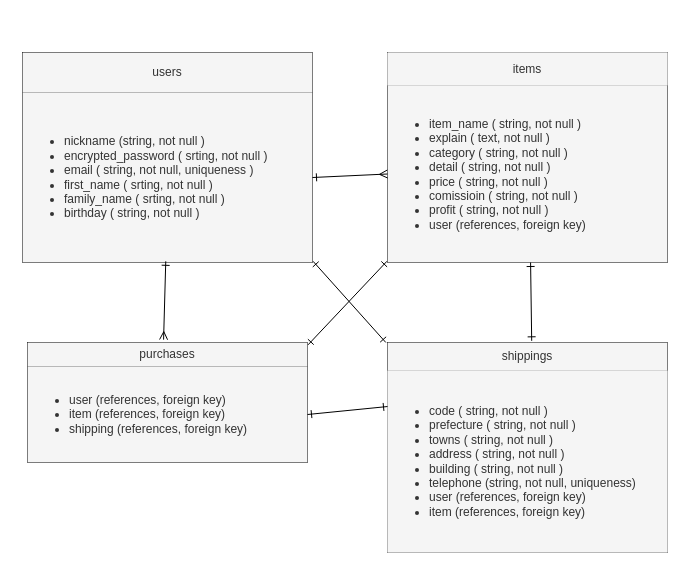
Earlier version of the draw.io diagram ER.dio (Dekopon06/furima-37043). Source tidied: cells renumbered, new cells numbered last; positions are measured from the earlier drawing's top-left corner, leaving out a move shared by most shapes. Both pictures are drawn from the tidied source at 100%, with x=0, y=0 at pixel (22, 52).
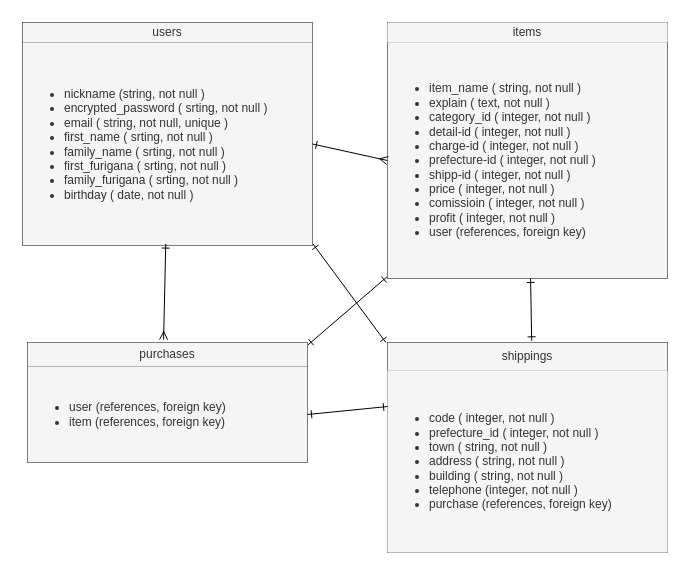
The same page after the edit.

The change refers to these unchanged cells:
```xml
<mxCell id="15" style="shape=partialRectangle;fillColor=#f5f5f5;top=0;left=0;bottom=0;right=0;points=[[0,0.5],[1,0.5]];portConstraint=eastwest;strokeColor=#666666;fontColor=#333333;" parent="12" vertex="1">
  <mxGeometry y="28" width="280" height="182" as="geometry" />
</mxCell>
<mxCell id="20" style="shape=partialRectangle;fillColor=none;top=0;left=0;bottom=0;right=0;points=[[0,0.5],[1,0.5]];portConstraint=eastwest;" parent="17" vertex="1">
  <mxGeometry y="24" width="280" height="96" as="geometry" />
</mxCell>
```

What changed in the source:
```diff
@@
     <mxCell id="2" style="shape=table;startSize=0;childLayout=tableLayout;" parent="1" vertex="1">
-      <mxGeometry x="365" width="280" height="210" as="geometry" />
+      <mxGeometry x="365" y="-30" width="280" height="256" as="geometry" />
     </mxCell>
     <mxCell id="3" style="shape=partialRectangle;top=0;left=0;bottom=0;right=0;fillColor=#f5f5f5;strokeColor=#666666;fontColor=#333333;" parent="2" vertex="1">
-      <mxGeometry width="280" height="33" as="geometry" />
+      <mxGeometry width="280" height="20" as="geometry" />
     </mxCell>
     <mxCell id="4" value="items" style="shape=partialRectangle;html=1;whiteSpace=wrap;overflow=hidden;top=0;left=0;bottom=0;right=0;fillColor=#f5f5f5;strokeColor=#666666;fontColor=#333333;" parent="3" vertex="1">
-      <mxGeometry width="280" height="33" as="geometry" />
+      <mxGeometry width="280" height="20" as="geometry" />
     </mxCell>
     <mxCell id="5" style="shape=partialRectangle;fillColor=none;top=0;left=0;bottom=0;right=0;points=[[0,0.5],[1,0.5]];portConstraint=eastwest;strokeWidth=10;" parent="2" vertex="1">
-      <mxGeometry y="33" width="280" height="177" as="geometry" />
+      <mxGeometry y="20" width="280" height="236" as="geometry" />
     </mxCell>
-    <mxCell id="6" value="&lt;ul&gt;&lt;li&gt;item_name ( string, not null )&lt;/li&gt;&lt;li&gt;explain&amp;nbsp;( text, not null )&lt;/li&gt;&lt;li&gt;category&amp;nbsp;( string, not null )&lt;/li&gt;&lt;li&gt;detail&amp;nbsp;( string, not null )&lt;/li&gt;&lt;li&gt;price&amp;nbsp;( string, not null )&lt;/li&gt;&lt;li&gt;comissioin&amp;nbsp;( string, not null )&lt;/li&gt;&lt;li&gt;profit&amp;nbsp;( string, not null )&lt;/li&gt;&lt;li&gt;user (references, foreign key)&lt;/li&gt;&lt;/ul&gt;" style="shape=partialRectangle;html=1;whiteSpace=wrap;overflow=hidden;top=0;left=0;bottom=0;right=0;fillColor=#f5f5f5;strokeColor=#666666;fontColor=#333333;align=left;" parent="5" vertex="1">
-      <mxGeometry width="280" height="177" as="geometry" />
+    <mxCell id="6" value="&lt;ul&gt;&lt;li&gt;item_name ( string, not null )&lt;/li&gt;&lt;li&gt;explain&amp;nbsp;( text, not null )&lt;/li&gt;&lt;li&gt;category_id ( integer, not null )&lt;/li&gt;&lt;li&gt;detail-id ( integer, not null )&lt;/li&gt;&lt;li&gt;charge-id ( integer, not null )&lt;/li&gt;&lt;li&gt;prefecture-id ( integer, not null )&lt;/li&gt;&lt;li&gt;shipp-id ( integer, not null )&lt;/li&gt;&lt;li&gt;price ( integer, not null )&lt;/li&gt;&lt;li&gt;comissioin&amp;nbsp;( integer, not null )&lt;/li&gt;&lt;li&gt;profit&amp;nbsp;( integer, not null )&lt;/li&gt;&lt;li&gt;user (references, foreign key)&lt;/li&gt;&lt;/ul&gt;" style="shape=partialRectangle;html=1;whiteSpace=wrap;overflow=hidden;top=0;left=0;bottom=0;right=0;fillColor=#f5f5f5;strokeColor=#666666;fontColor=#333333;align=left;verticalAlign=middle;" parent="5" vertex="1">
+      <mxGeometry width="280" height="236" as="geometry" />
     </mxCell>
     <mxCell id="7" style="shape=table;startSize=0;childLayout=tableLayout;" parent="1" vertex="1">
-      <mxGeometry width="290" height="210" as="geometry" />
+      <mxGeometry y="-30" width="290" height="223" as="geometry" />
     </mxCell>
-    <mxCell id="8" style="shape=partialRectangle;fillColor=none;top=0;left=0;bottom=0;right=0;" parent="7" vertex="1">
-      <mxGeometry width="290" height="40" as="geometry" />
+    <mxCell id="8" style="shape=partialRectangle;fillColor=none;top=0;left=0;bottom=0;right=0;verticalAlign=bottom;" parent="7" vertex="1">
+      <mxGeometry width="290" height="20" as="geometry" />
     </mxCell>
     <mxCell id="9" value="users" style="shape=partialRectangle;html=1;whiteSpace=wrap;overflow=hidden;fillColor=#f5f5f5;top=0;left=0;bottom=0;right=0;strokeColor=#666666;fontColor=#333333;strokeWidth=10;" parent="8" vertex="1">
-      <mxGeometry width="290" height="40" as="geometry" />
+      <mxGeometry width="290" height="20" as="geometry" />
     </mxCell>
     <mxCell id="10" style="shape=partialRectangle;fillColor=none;top=0;left=0;bottom=0;right=0;points=[[0,0.5],[1,0.5]];portConstraint=eastwest;" parent="7" vertex="1">
-      <mxGeometry y="40" width="290" height="170" as="geometry" />
+      <mxGeometry y="20" width="290" height="203" as="geometry" />
     </mxCell>
-    <mxCell id="11" value="&lt;ul&gt;&lt;li&gt;nickname (string, not null )&lt;/li&gt;&lt;li&gt;encrypted_password ( srting, not null )&lt;/li&gt;&lt;li&gt;email ( string, not null, uniqueness )&lt;/li&gt;&lt;li&gt;first_name ( srting, not null )&lt;/li&gt;&lt;li&gt;family_name ( srting, not null )&lt;/li&gt;&lt;li&gt;birthday ( string, not null )&lt;/li&gt;&lt;/ul&gt;" style="shape=partialRectangle;html=1;whiteSpace=wrap;overflow=hidden;top=0;left=0;bottom=0;right=0;align=left;fillColor=#f5f5f5;strokeColor=#666666;fontColor=#333333;" parent="10" vertex="1">
-      <mxGeometry width="290" height="170" as="geometry" />
+    <mxCell id="11" value="&lt;ul&gt;&lt;li&gt;nickname (string, not null )&lt;/li&gt;&lt;li&gt;encrypted_password ( srting, not null )&lt;/li&gt;&lt;li&gt;email ( string, not null, unique )&lt;/li&gt;&lt;li&gt;first_name ( srting, not null )&lt;/li&gt;&lt;li&gt;family_name ( srting, not null )&lt;/li&gt;&lt;li&gt;first_furigana ( srting, not null )&lt;/li&gt;&lt;li&gt;family_furigana ( srting, not null )&lt;/li&gt;&lt;li&gt;birthday ( date, not null )&lt;/li&gt;&lt;/ul&gt;" style="shape=partialRectangle;html=1;whiteSpace=wrap;overflow=hidden;top=0;left=0;bottom=0;right=0;align=left;fillColor=#f5f5f5;strokeColor=#666666;fontColor=#333333;" parent="10" vertex="1">
+      <mxGeometry width="290" height="203" as="geometry" />
     </mxCell>
@@
-    <mxCell id="16" value="&lt;ul&gt;&lt;li&gt;code&amp;nbsp;( string, not null )&lt;/li&gt;&lt;li&gt;prefecture&amp;nbsp;( string, not null )&lt;/li&gt;&lt;li&gt;towns&amp;nbsp;( string, not null )&lt;/li&gt;&lt;li&gt;address&amp;nbsp;( string, not null )&lt;/li&gt;&lt;li&gt;building&amp;nbsp;( string, not null )&lt;/li&gt;&lt;li&gt;telephone (string, not null, uniqueness)&lt;/li&gt;&lt;li&gt;user (references, foreign key)&lt;/li&gt;&lt;li&gt;item (references, foreign key)&lt;/li&gt;&lt;/ul&gt;" style="shape=partialRectangle;html=1;whiteSpace=wrap;overflow=hidden;fillColor=#f5f5f5;top=0;left=0;bottom=0;right=0;align=left;strokeColor=#666666;fontColor=#333333;" parent="15" vertex="1">
+    <mxCell id="16" value="&lt;ul&gt;&lt;li&gt;code&amp;nbsp;( integer, not null )&lt;/li&gt;&lt;li&gt;prefecture_id ( integer, not null )&lt;/li&gt;&lt;li&gt;town ( string, not null )&lt;/li&gt;&lt;li&gt;address&amp;nbsp;( string, not null )&lt;/li&gt;&lt;li&gt;building&amp;nbsp;( string, not null )&lt;/li&gt;&lt;li&gt;telephone (integer, not null )&lt;/li&gt;&lt;li&gt;purchase (references, foreign key)&lt;/li&gt;&lt;/ul&gt;" style="shape=partialRectangle;html=1;whiteSpace=wrap;overflow=hidden;fillColor=#f5f5f5;top=0;left=0;bottom=0;right=0;align=left;strokeColor=#666666;fontColor=#333333;" parent="15" vertex="1">
       <mxGeometry width="280" height="182" as="geometry" />
     </mxCell>
@@
-    <mxCell id="21" value="&lt;ul&gt;&lt;li&gt;user (references, foreign key)&lt;/li&gt;&lt;li&gt;item (references, foreign key)&lt;/li&gt;&lt;li&gt;shipping (references, foreign key)&lt;/li&gt;&lt;/ul&gt;" style="shape=partialRectangle;html=1;whiteSpace=wrap;overflow=hidden;fillColor=#f5f5f5;top=0;left=0;bottom=0;right=0;strokeColor=#666666;fontColor=#333333;align=left;" parent="20" vertex="1">
+    <mxCell id="21" value="&lt;ul&gt;&lt;li&gt;user (references, foreign key)&lt;/li&gt;&lt;li&gt;item (references, foreign key)&lt;/li&gt;&lt;/ul&gt;" style="shape=partialRectangle;html=1;whiteSpace=wrap;overflow=hidden;fillColor=#f5f5f5;top=0;left=0;bottom=0;right=0;strokeColor=#666666;fontColor=#333333;align=left;" parent="20" vertex="1">
       <mxGeometry width="280" height="96" as="geometry" />
     </mxCell>
```
